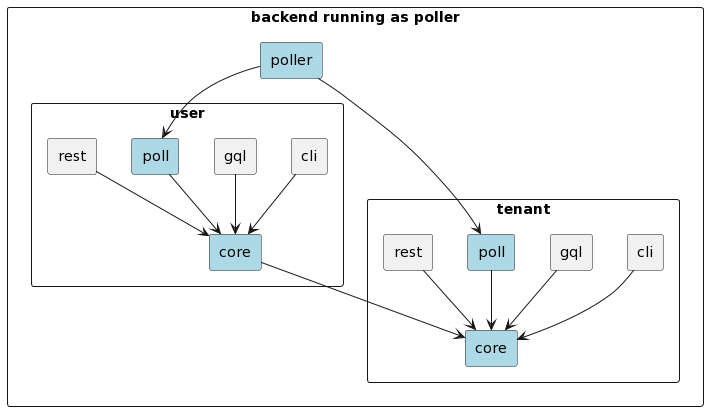
Before: images/posts/backend-running-as-poller.png, a diagram exported from PlantUML (maxh/maxheinritz.com).
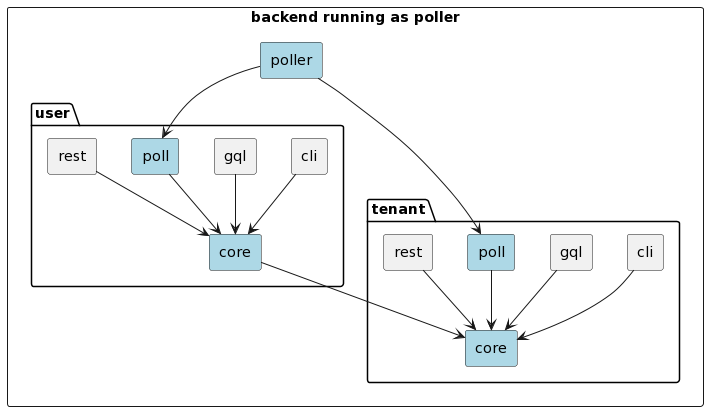
Later version of the same file.

The edit, as a diff of the source:
```diff
@@ -8,7 +8,7 @@
 component "backend running as poller" {
   component poller #LightBlue
 
-  component user {
+  package user {
     component [cli] as cli_user
     component [gql] as gql_user
     component [poll] as poll_user #LightBlue
@@ -16,7 +16,7 @@
     component [rest] as rest_user
   }
 
-  component tenant {
+  package tenant {
     component [cli] as cli_tenant
     component [gql] as gql_tenant
     component [poll] as poll_tenant #LightBlue
@@ -33,11 +33,11 @@
 poll_user --> core_user
 rest_user --> core_user
 
+cli_tenant --> core_tenant
 
+poll_tenant --> core_tenant
 rest_tenant --> core_tenant
 gql_tenant --> core_tenant
-poll_tenant --> core_tenant
-cli_tenant --> core_tenant
 
 core_user --> core_tenant
 @enduml
```
